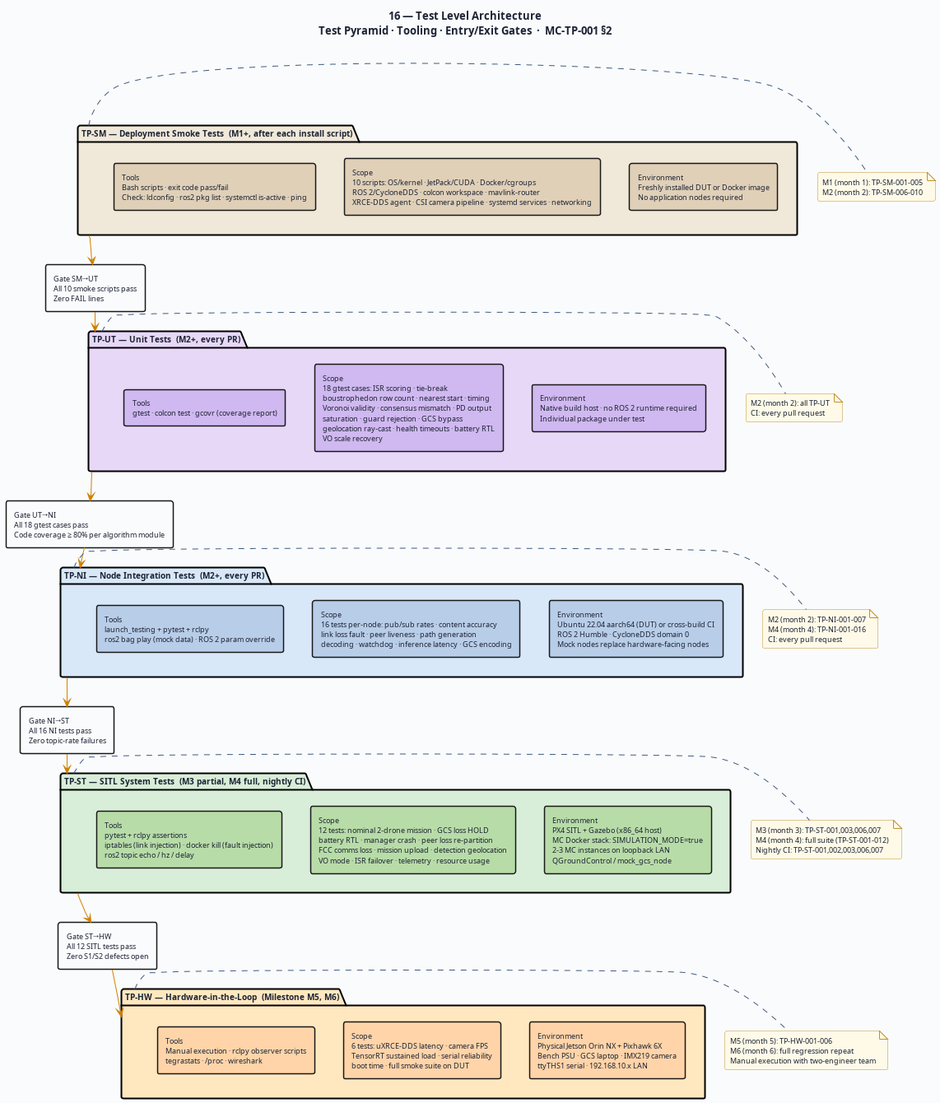
Earlier version of the PlantUML export docs/diagrams/16-tp-test-architecture.png (shawnsoh-stengg/shawnsoh-stengg-drone-swarm-mc-tempFork).
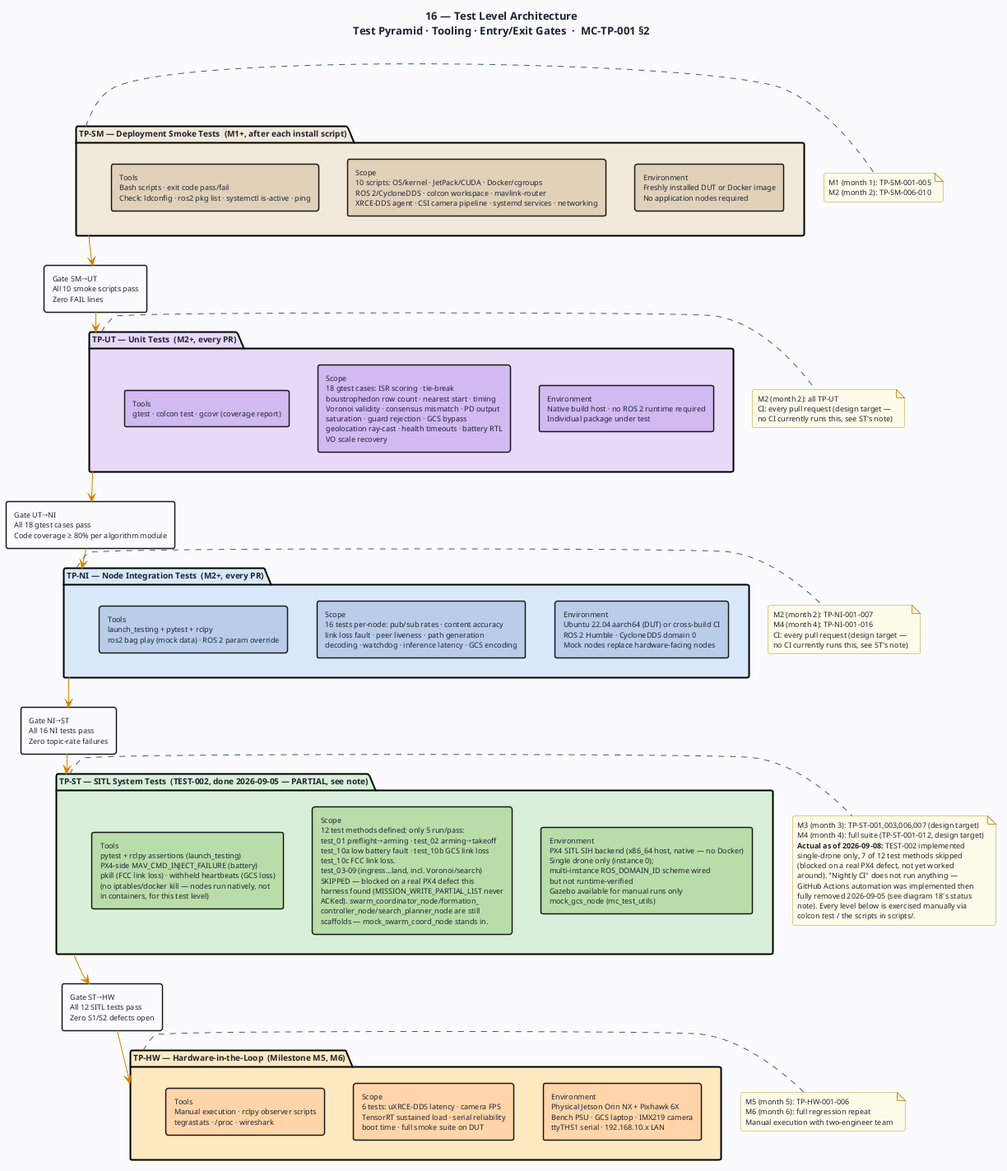
The same file after the commit.

Change to the diagram source:
```diff
@@ -39,10 +39,10 @@
   rectangle "Tools\nManual execution · rclpy observer scripts\ntegrastats · /proc · wireshark" as HW_TOOLS #FFD4A8
 }
 
-package "TP-ST — SITL System Tests  (M3 partial, M4 full, nightly CI)" as ST #D8EED8 {
-  rectangle "Environment\nPX4 SITL + Gazebo (x86_64 host)\nMC Docker stack: SIMULATION_MODE=true\n2-3 MC instances on loopback LAN\nQGroundControl / mock_gcs_node" as ST_ENV #B8DCA8
-  rectangle "Scope\n12 tests: nominal 2-drone mission · GCS loss HOLD\nbattery RTL · manager crash · peer loss re-partition\nFCC comms loss · mission upload · detection geolocation\nVO mode · ISR failover · telemetry · resource usage" as ST_SCOPE #B8DCA8
-  rectangle "Tools\npytest + rclpy assertions\niptables (link injection) · docker kill (fault injection)\nros2 topic echo / hz / delay" as ST_TOOLS #B8DCA8
+package "TP-ST — SITL System Tests  (TEST-002, done 2026-09-05 — PARTIAL, see note)" as ST #D8EED8 {
+  rectangle "Environment\nPX4 SITL SIH backend (x86_64 host, native — no Docker)\nSingle drone only (instance 0);\nmulti-instance ROS_DOMAIN_ID scheme wired\nbut not runtime-verified\nGazebo available for manual runs only\nmock_gcs_node (mc_test_utils)" as ST_ENV #B8DCA8
+  rectangle "Scope\n12 test methods defined; only 5 run/pass:\ntest_01 preflight→arming · test_02 arming→takeoff\ntest_10a low battery fault · test_10b GCS link loss\ntest_10c FCC link loss.\ntest_03-09 (ingress…land, incl. Voronoi/search)\nSKIPPED — blocked on a real PX4 defect this\nharness found (MISSION_WRITE_PARTIAL_LIST never\nACKed). swarm_coordinator_node/formation_\ncontroller_node/search_planner_node are still\nscaffolds — mock_swarm_coord_node stands in." as ST_SCOPE #B8DCA8
+  rectangle "Tools\npytest + rclpy assertions (launch_testing)\nPX4-side MAV_CMD_INJECT_FAILURE (battery)\npkill (FCC link loss) · withheld heartbeats (GCS loss)\n(no iptables/docker kill — nodes run natively, not\nin containers, for this test level)" as ST_TOOLS #B8DCA8
 }
 
 package "TP-NI — Node Integration Tests  (M2+, every PR)" as NI #D8E8F8 {
@@ -91,19 +91,28 @@
 
 note right of UT
   M2 (month 2): all TP-UT
-  CI: every pull request
+  CI: every pull request (design target —
+  no CI currently runs this, see ST's note)
 end note
 
 note right of NI
   M2 (month 2): TP-NI-001-007
   M4 (month 4): TP-NI-001-016
-  CI: every pull request
+  CI: every pull request (design target —
+  no CI currently runs this, see ST's note)
 end note
 
 note right of ST
-  M3 (month 3): TP-ST-001,003,006,007
-  M4 (month 4): full suite (TP-ST-001-012)
-  Nightly CI: TP-ST-001,002,003,006,007
+  M3 (month 3): TP-ST-001,003,006,007 (design target)
+  M4 (month 4): full suite (TP-ST-001-012, design target)
+  <b>Actual as of 2026-09-08:</b> TEST-002 implemented
+  single-drone only, 7 of 12 test methods skipped
+  (blocked on a real PX4 defect, not yet worked
+  around). "Nightly CI" does not run anything —
+  GitHub Actions automation was implemented then
+  fully removed 2026-09-05 (see diagram 18's status
+  note). Every level below is exercised manually via
+  colcon test / the scripts in scripts/.
 end note
 
 note right of HW
```
